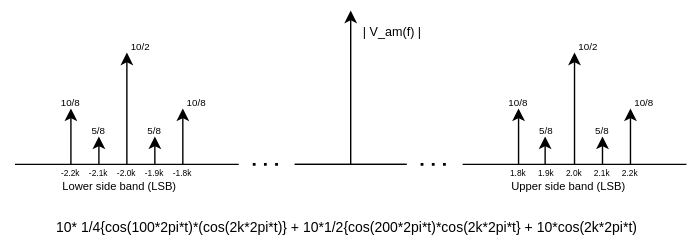
Earlier version of the draw.io export Communication Systems/ReadUp/Modulation/comSysExamEcx1a.drawio.svg (Mikkelnn/ESD5-Courses). Source tidied: cells renumbered, new cells last; positions are measured from the earlier drawing's top-left corner, leaving out a move shared by most shapes.
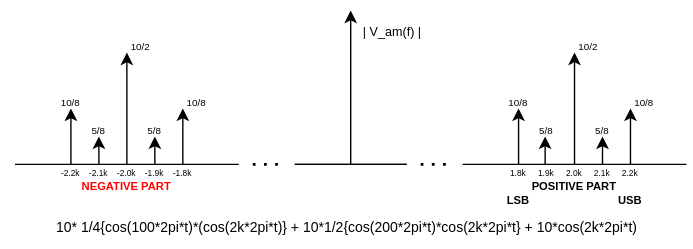
Later version of the same file.

Diff of the diagram source:
```diff
@@ -170,11 +170,20 @@
     <mxCell id="40" value="&lt;font style=&quot;font-size: 10px;&quot;&gt;10* 1/4{cos(100*2pi*t)*(cos(2k*2pi*t)} + 10*1/2{cos(200*2pi*t)*cos(2k*2pi*t} +&amp;nbsp;&lt;span style=&quot;background-color: initial;&quot;&gt;10*cos(2k*2pi*t)&lt;/span&gt;&lt;/font&gt;" style="text;html=1;align=center;verticalAlign=middle;whiteSpace=wrap;rounded=0;" parent="1" vertex="1">
       <mxGeometry y="140" width="495" height="30" as="geometry" />
     </mxCell>
+    <mxCell id="43" style="group;" parent="1" vertex="1">
+      <mxGeometry x="330" y="130" width="160" height="10" as="geometry" />
+    </mxCell>
-    <mxCell id="41" value="&lt;font style=&quot;font-size: 8px;&quot;&gt;Lower side band (LSB)&lt;/font&gt;" style="text;html=1;align=center;verticalAlign=middle;whiteSpace=wrap;rounded=0;" parent="1" vertex="1">
-      <mxGeometry x="20" y="120" width="130" height="10" as="geometry" />
+    <mxCell id="41" value="&lt;font style=&quot;font-size: 8px;&quot;&gt;LSB&lt;/font&gt;" style="text;html=1;align=center;verticalAlign=middle;whiteSpace=wrap;rounded=0;fontStyle=1;" parent="43" vertex="1">
+      <mxGeometry width="80" height="10" as="geometry" />
     </mxCell>
-    <mxCell id="42" value="&lt;font style=&quot;font-size: 8px;&quot;&gt;Upper side band (LSB)&lt;/font&gt;" style="text;html=1;align=center;verticalAlign=middle;whiteSpace=wrap;rounded=0;" parent="1" vertex="1">
-      <mxGeometry x="341" y="120" width="130" height="10" as="geometry" />
+    <mxCell id="42" value="&lt;font style=&quot;font-size: 8px;&quot;&gt;USB&lt;/font&gt;" style="text;html=1;align=center;verticalAlign=middle;whiteSpace=wrap;rounded=0;fontStyle=1;" parent="43" vertex="1">
+      <mxGeometry x="80" width="80" height="10" as="geometry" />
     </mxCell>
+    <mxCell id="44" value="&lt;font style=&quot;font-size: 8px;&quot;&gt;NEGATIVE PART&lt;/font&gt;" style="text;html=1;align=center;verticalAlign=middle;whiteSpace=wrap;rounded=0;fontStyle=1;fontColor=light-dark(#ff0000, #ededed);" parent="1" vertex="1">
+      <mxGeometry x="10" y="120" width="160" height="10" as="geometry" />
+    </mxCell>
+    <mxCell id="45" value="&lt;font style=&quot;font-size: 8px;&quot;&gt;POSITIVE PART&lt;/font&gt;" style="text;html=1;align=center;verticalAlign=middle;whiteSpace=wrap;rounded=0;fontStyle=1;fontColor=light-dark(#000000,#EDEDED);" parent="1" vertex="1">
+      <mxGeometry x="330" y="120" width="160" height="10" as="geometry" />
+    </mxCell>
   </root>
 </mxGraphModel>
```
